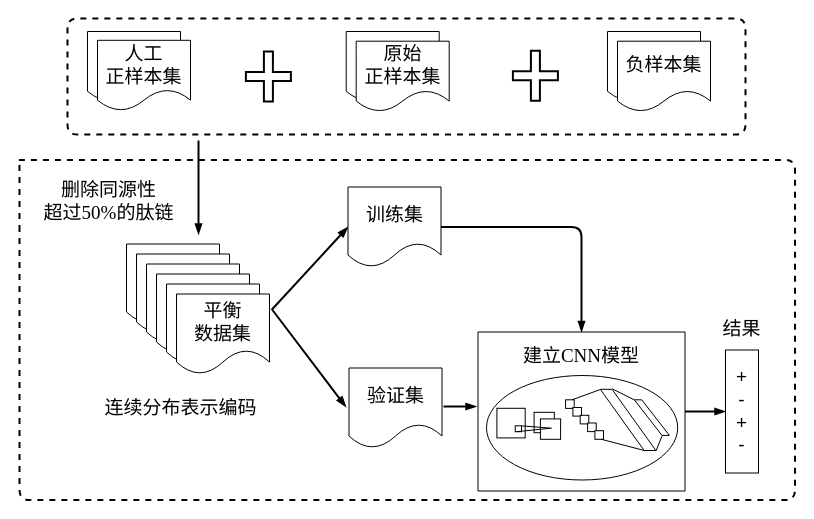
This is page "Page-10" (10 of 10) of 块状图.drawio from chenjgui/Flow-chat, a draw.io file, before an edit. Source tidied: cells renumbered, new cells numbered last; positions are measured from the earlier drawing's top-left corner, leaving out a move shared by most shapes. Both pictures are drawn from the tidied source at 100%, with x=0, y=0 at pixel (17, 18).
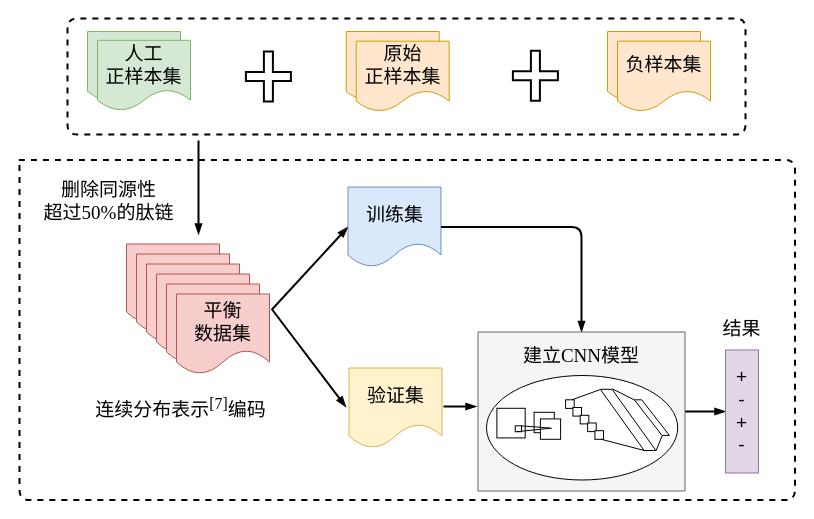
The same page after the edit.

Unchanged cells that the change refers to:
```xml
<mxCell id="6" style="group;fillColor=#ffffff;strokeWidth=1;fontStyle=0;fontSize=19;" parent="1" vertex="1">
  <mxGeometry x="109" y="225.5" width="143" height="130" as="geometry" />
</mxCell>
<mxCell id="49" style="group;fillColor=#FFFFFF;fontStyle=0;strokeWidth=1;fontSize=19;" parent="1" vertex="1">
  <mxGeometry x="70" y="13" width="103" height="79.2" as="geometry" />
</mxCell>
<mxCell id="52" style="group;fillColor=#FFFFFF;fontStyle=0;strokeWidth=1;fontSize=19;" parent="1" vertex="1">
  <mxGeometry x="328.7" y="13" width="103" height="80.1" as="geometry" />
</mxCell>
<mxCell id="55" style="group;fillColor=#FFFFFF;fontStyle=0;strokeWidth=1;fontSize=19;" parent="1" vertex="1">
  <mxGeometry x="590" y="13" width="103" height="80.1" as="geometry" />
</mxCell>
```

What changed in the source:
```diff
@@
-    <mxCell id="7" style="shape=document;whiteSpace=wrap;html=1;boundedLbl=1;fillColor=#FFFFFF;fontFamily=Times New Roman;strokeWidth=1;fontStyle=0;fontSize=19;" parent="6" vertex="1">
+    <mxCell id="7" style="shape=document;whiteSpace=wrap;html=1;boundedLbl=1;fillColor=#f8cecc;fontFamily=Times New Roman;strokeWidth=1;fontStyle=0;fontSize=19;strokeColor=#b85450;" parent="6" vertex="1">
       <mxGeometry width="93" height="80" as="geometry" />
     </mxCell>
-    <mxCell id="8" style="shape=document;whiteSpace=wrap;html=1;boundedLbl=1;fillColor=#FFFFFF;fontFamily=Times New Roman;strokeWidth=1;fontStyle=0;fontSize=19;" parent="6" vertex="1">
+    <mxCell id="8" style="shape=document;whiteSpace=wrap;html=1;boundedLbl=1;fillColor=#f8cecc;fontFamily=Times New Roman;strokeWidth=1;fontStyle=0;fontSize=19;strokeColor=#b85450;" parent="6" vertex="1">
       <mxGeometry x="10" y="10" width="93" height="80" as="geometry" />
     </mxCell>
-    <mxCell id="9" style="shape=document;whiteSpace=wrap;html=1;boundedLbl=1;fillColor=#FFFFFF;fontFamily=Times New Roman;strokeWidth=1;fontStyle=0;fontSize=19;" parent="6" vertex="1">
+    <mxCell id="9" style="shape=document;whiteSpace=wrap;html=1;boundedLbl=1;fillColor=#f8cecc;fontFamily=Times New Roman;strokeWidth=1;fontStyle=0;fontSize=19;strokeColor=#b85450;" parent="6" vertex="1">
       <mxGeometry x="20" y="20" width="93" height="80" as="geometry" />
     </mxCell>
-    <mxCell id="10" style="shape=document;whiteSpace=wrap;html=1;boundedLbl=1;fillColor=#FFFFFF;fontFamily=Times New Roman;strokeWidth=1;fontStyle=0;fontSize=19;" parent="6" vertex="1">
+    <mxCell id="10" style="shape=document;whiteSpace=wrap;html=1;boundedLbl=1;fillColor=#f8cecc;fontFamily=Times New Roman;strokeWidth=1;fontStyle=0;fontSize=19;strokeColor=#b85450;" parent="6" vertex="1">
       <mxGeometry x="30" y="30" width="93" height="80" as="geometry" />
     </mxCell>
-    <mxCell id="11" style="shape=document;whiteSpace=wrap;html=1;boundedLbl=1;fillColor=#FFFFFF;fontFamily=Times New Roman;strokeWidth=1;fontStyle=0;fontSize=19;" parent="6" vertex="1">
+    <mxCell id="11" style="shape=document;whiteSpace=wrap;html=1;boundedLbl=1;fillColor=#f8cecc;fontFamily=Times New Roman;strokeWidth=1;fontStyle=0;fontSize=19;strokeColor=#b85450;" parent="6" vertex="1">
       <mxGeometry x="40" y="40" width="93" height="80" as="geometry" />
     </mxCell>
-    <mxCell id="12" value="&lt;font face=&quot;simsun&quot; style=&quot;font-size: 19px;&quot;&gt;平衡&lt;br style=&quot;font-size: 19px;&quot;&gt;数据集&lt;/font&gt;" style="shape=document;whiteSpace=wrap;html=1;boundedLbl=1;fillColor=#FFFFFF;fontFamily=Times New Roman;strokeWidth=1;fontStyle=0;fontSize=19;" parent="6" vertex="1">
+    <mxCell id="12" value="&lt;font face=&quot;simsun&quot; style=&quot;font-size: 19px;&quot;&gt;平衡&lt;br style=&quot;font-size: 19px;&quot;&gt;数据集&lt;/font&gt;" style="shape=document;whiteSpace=wrap;html=1;boundedLbl=1;fillColor=#f8cecc;fontFamily=Times New Roman;strokeWidth=1;fontStyle=0;fontSize=19;strokeColor=#b85450;" parent="6" vertex="1">
       <mxGeometry x="50" y="50" width="93" height="80" as="geometry" />
     </mxCell>
@@
-    <mxCell id="15" value="&lt;font style=&quot;font-size: 19px;&quot;&gt;&lt;font face=&quot;simsun&quot; style=&quot;font-size: 19px;&quot;&gt;连续分布表示编码&lt;/font&gt;&lt;br style=&quot;font-size: 19px;&quot;&gt;&lt;/font&gt;" style="text;html=1;strokeColor=none;fillColor=none;align=center;verticalAlign=middle;whiteSpace=wrap;rounded=0;fontFamily=Times New Roman;strokeWidth=1;fontStyle=0;fontSize=19;" parent="1" vertex="1">
+    <mxCell id="15" value="&lt;font style=&quot;font-size: 19px&quot;&gt;&lt;font face=&quot;simsun&quot; style=&quot;font-size: 19px&quot;&gt;连续分布表示&lt;/font&gt;&lt;font style=&quot;font-size: 19px&quot;&gt;&lt;sup&gt;[7]&lt;/sup&gt;&lt;/font&gt;&lt;font face=&quot;simsun&quot; style=&quot;font-size: 19px&quot;&gt;编码&lt;/font&gt;&lt;br style=&quot;font-size: 19px&quot;&gt;&lt;/font&gt;" style="text;html=1;strokeColor=none;fillColor=none;align=center;verticalAlign=middle;whiteSpace=wrap;rounded=0;fontFamily=Times New Roman;strokeWidth=1;fontStyle=0;fontSize=19;" parent="1" vertex="1">
       <mxGeometry x="42" y="364.8" width="243" height="49.5" as="geometry" />
     </mxCell>
-    <mxCell id="16" value="&lt;font face=&quot;simsun&quot; style=&quot;font-size: 19px;&quot;&gt;训练集&lt;/font&gt;" style="shape=document;whiteSpace=wrap;html=1;boundedLbl=1;fillColor=#FFFFFF;fontFamily=Times New Roman;strokeWidth=1;fontStyle=0;fontSize=19;" parent="1" vertex="1">
+    <mxCell id="16" value="&lt;font face=&quot;simsun&quot; style=&quot;font-size: 19px;&quot;&gt;训练集&lt;/font&gt;" style="shape=document;whiteSpace=wrap;html=1;boundedLbl=1;fillColor=#dae8fc;fontFamily=Times New Roman;strokeWidth=1;fontStyle=0;fontSize=19;strokeColor=#6c8ebf;" parent="1" vertex="1">
       <mxGeometry x="330.5" y="168.5" width="93" height="80" as="geometry" />
     </mxCell>
-    <mxCell id="17" value="&lt;font face=&quot;simsun&quot; style=&quot;font-size: 19px;&quot;&gt;验证集&lt;/font&gt;" style="shape=document;whiteSpace=wrap;html=1;boundedLbl=1;fillColor=#FFFFFF;fontFamily=Times New Roman;strokeWidth=1;fontStyle=0;fontSize=19;" parent="1" vertex="1">
+    <mxCell id="17" value="&lt;font face=&quot;simsun&quot; style=&quot;font-size: 19px;&quot;&gt;验证集&lt;/font&gt;" style="shape=document;whiteSpace=wrap;html=1;boundedLbl=1;fillColor=#fff2cc;fontFamily=Times New Roman;strokeWidth=1;fontStyle=0;fontSize=19;strokeColor=#d6b656;" parent="1" vertex="1">
       <mxGeometry x="331.5" y="349.5" width="93" height="80" as="geometry" />
     </mxCell>
@@
-    <mxCell id="20" value="&lt;font style=&quot;font-size: 19px;&quot;&gt;&lt;span style=&quot;font-size: 19px;&quot;&gt;+&lt;br style=&quot;font-size: 19px;&quot;&gt;-&lt;br style=&quot;font-size: 19px;&quot;&gt;+&lt;br style=&quot;font-size: 19px;&quot;&gt;-&lt;/span&gt;&lt;/font&gt;&lt;br style=&quot;font-size: 19px;&quot;&gt;" style="rounded=0;whiteSpace=wrap;html=1;strokeColor=#000000;strokeWidth=1;fillColor=#FFFFFF;fontStyle=0;fontSize=19;" parent="1" vertex="1">
+    <mxCell id="20" value="&lt;font style=&quot;font-size: 19px;&quot;&gt;&lt;span style=&quot;font-size: 19px;&quot;&gt;+&lt;br style=&quot;font-size: 19px;&quot;&gt;-&lt;br style=&quot;font-size: 19px;&quot;&gt;+&lt;br style=&quot;font-size: 19px;&quot;&gt;-&lt;/span&gt;&lt;/font&gt;&lt;br style=&quot;font-size: 19px;&quot;&gt;" style="rounded=0;whiteSpace=wrap;html=1;strokeColor=#9673a6;strokeWidth=1;fillColor=#e1d5e7;fontStyle=0;fontSize=19;" parent="1" vertex="1">
       <mxGeometry x="708" y="331.5" width="33" height="123" as="geometry" />
     </mxCell>
@@
-    <mxCell id="24" style="shape=parallelogram;perimeter=parallelogramPerimeter;whiteSpace=wrap;html=1;fillColor=#FFFFFF;fontFamily=Times New Roman;strokeWidth=1;fontStyle=0;size=0;align=center;fontSize=19;" parent="1" vertex="1">
+    <mxCell id="24" style="shape=parallelogram;perimeter=parallelogramPerimeter;whiteSpace=wrap;html=1;fillColor=#f5f5f5;fontFamily=Times New Roman;strokeWidth=1;fontStyle=0;size=0;align=center;fontSize=19;strokeColor=#666666;fontColor=#333333;" parent="1" vertex="1">
       <mxGeometry x="460.5" y="313.5" width="207" height="159" as="geometry" />
     </mxCell>
@@
-    <mxCell id="50" style="shape=document;whiteSpace=wrap;html=1;boundedLbl=1;fillColor=#FFFFFF;fontFamily=Times New Roman;strokeWidth=1;fontStyle=0;fontSize=19;" parent="49" vertex="1">
+    <mxCell id="50" style="shape=document;whiteSpace=wrap;html=1;boundedLbl=1;fillColor=#d5e8d4;fontFamily=Times New Roman;strokeWidth=1;fontStyle=0;fontSize=19;strokeColor=#82b366;" parent="49" vertex="1">
       <mxGeometry width="93" height="70.4" as="geometry" />
     </mxCell>
-    <mxCell id="51" value="&lt;font style=&quot;font-size: 19px;&quot; face=&quot;SimSun&quot;&gt;人工&lt;br style=&quot;font-size: 19px;&quot;&gt;正样本集&lt;/font&gt;" style="shape=document;whiteSpace=wrap;html=1;boundedLbl=1;fillColor=#FFFFFF;fontFamily=Times New Roman;strokeWidth=1;fontStyle=0;fontSize=19;" parent="49" vertex="1">
+    <mxCell id="51" value="&lt;font style=&quot;font-size: 19px;&quot; face=&quot;SimSun&quot;&gt;人工&lt;br style=&quot;font-size: 19px;&quot;&gt;正样本集&lt;/font&gt;" style="shape=document;whiteSpace=wrap;html=1;boundedLbl=1;fillColor=#d5e8d4;fontFamily=Times New Roman;strokeWidth=1;fontStyle=0;fontSize=19;strokeColor=#82b366;" parent="49" vertex="1">
       <mxGeometry x="10" y="8.8" width="93" height="70.4" as="geometry" />
     </mxCell>
@@
-    <mxCell id="53" style="shape=document;whiteSpace=wrap;html=1;boundedLbl=1;fillColor=#FFFFFF;fontFamily=Times New Roman;strokeWidth=1;fontStyle=0;fontSize=19;" parent="52" vertex="1">
+    <mxCell id="53" style="shape=document;whiteSpace=wrap;html=1;boundedLbl=1;fillColor=#ffe6cc;fontFamily=Times New Roman;strokeWidth=1;fontStyle=0;fontSize=19;strokeColor=#d79b00;" parent="52" vertex="1">
       <mxGeometry width="93" height="70.4" as="geometry" />
     </mxCell>
-    <mxCell id="54" value="&lt;font style=&quot;font-size: 19px;&quot; face=&quot;SimSun&quot;&gt;原始&lt;br style=&quot;font-size: 19px;&quot;&gt;正样本集&lt;/font&gt;" style="shape=document;whiteSpace=wrap;html=1;boundedLbl=1;fillColor=#FFFFFF;fontFamily=Times New Roman;strokeWidth=1;fontStyle=0;fontSize=19;" parent="52" vertex="1">
+    <mxCell id="54" value="&lt;font style=&quot;font-size: 19px;&quot; face=&quot;SimSun&quot;&gt;原始&lt;br style=&quot;font-size: 19px;&quot;&gt;正样本集&lt;/font&gt;" style="shape=document;whiteSpace=wrap;html=1;boundedLbl=1;fillColor=#ffe6cc;fontFamily=Times New Roman;strokeWidth=1;fontStyle=0;fontSize=19;strokeColor=#d79b00;" parent="52" vertex="1">
       <mxGeometry x="10" y="9.7" width="93" height="70.4" as="geometry" />
     </mxCell>
@@
-    <mxCell id="56" style="shape=document;whiteSpace=wrap;html=1;boundedLbl=1;fillColor=#FFFFFF;fontFamily=Times New Roman;strokeWidth=1;fontStyle=0;fontSize=19;" parent="55" vertex="1">
+    <mxCell id="56" style="shape=document;whiteSpace=wrap;html=1;boundedLbl=1;fillColor=#ffe6cc;fontFamily=Times New Roman;strokeWidth=1;fontStyle=0;fontSize=19;strokeColor=#d79b00;" parent="55" vertex="1">
       <mxGeometry width="93" height="70.4" as="geometry" />
     </mxCell>
-    <mxCell id="57" value="&lt;font face=&quot;SimSun&quot; style=&quot;font-size: 19px;&quot;&gt;&lt;span style=&quot;font-size: 19px;&quot;&gt;负样本集&lt;/span&gt;&lt;/font&gt;" style="shape=document;whiteSpace=wrap;html=1;boundedLbl=1;fillColor=#FFFFFF;fontFamily=Times New Roman;strokeWidth=1;fontStyle=0;fontSize=19;" parent="55" vertex="1">
+    <mxCell id="57" value="&lt;font face=&quot;SimSun&quot; style=&quot;font-size: 19px;&quot;&gt;&lt;span style=&quot;font-size: 19px;&quot;&gt;负样本集&lt;/span&gt;&lt;/font&gt;" style="shape=document;whiteSpace=wrap;html=1;boundedLbl=1;fillColor=#ffe6cc;fontFamily=Times New Roman;strokeWidth=1;fontStyle=0;fontSize=19;strokeColor=#d79b00;" parent="55" vertex="1">
       <mxGeometry x="10" y="9.7" width="93" height="70.4" as="geometry" />
     </mxCell>
```
